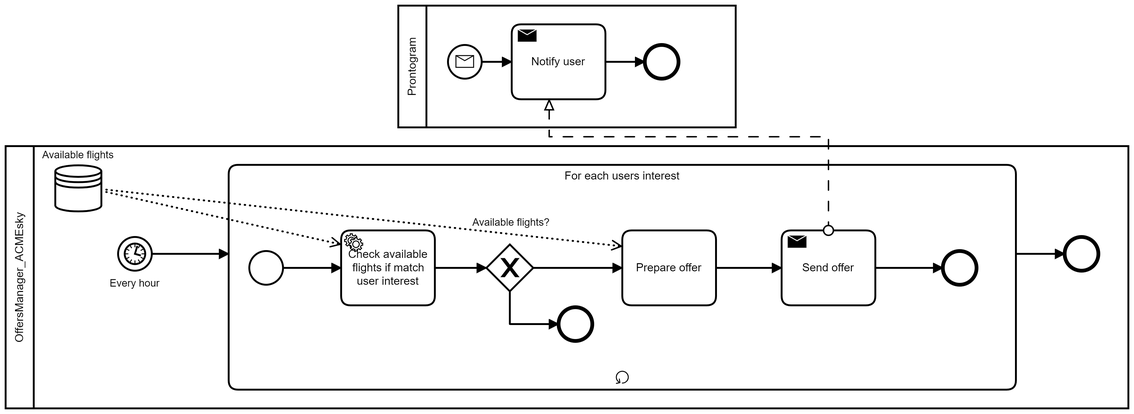
Before: docs/bpmn/Flights-InterestMatching.png, a diagram exported from BPMN (Vallasc/ACMEsky). Its source is kept beside it as docs/bpmn/Flights-InterestMatching.bpmn. Ids are renumbered.
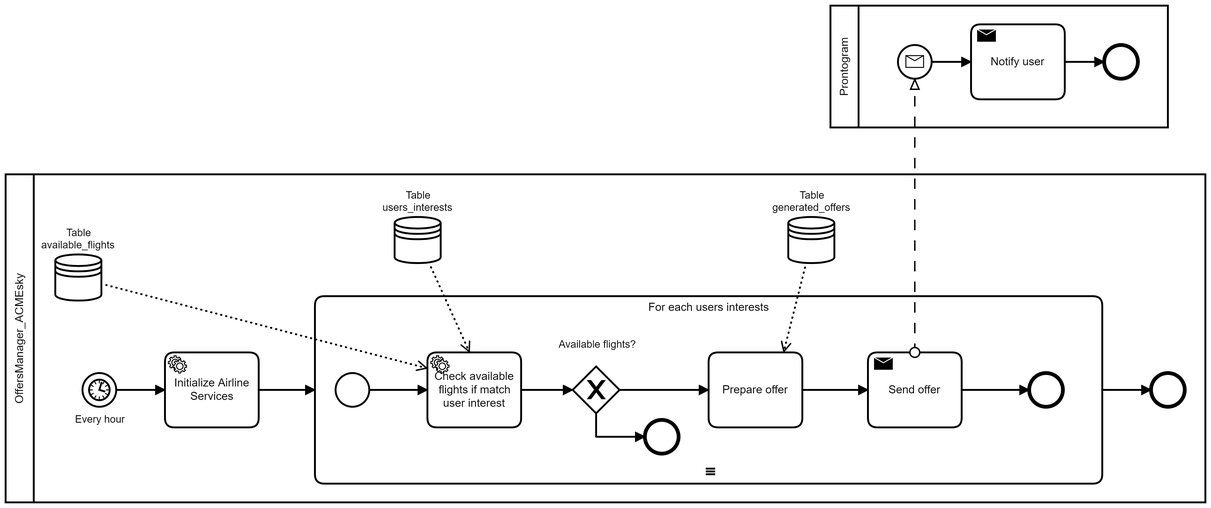
Above is the later version.

What changed in the source:
```diff
@@ -1,196 +1,232 @@
-<bpmn:definitions xmlns:bpmn="http://www.omg.org/spec/BPMN/20100524/MODEL" xmlns:bpmndi="http://www.omg.org/spec/BPMN/20100524/DI" xmlns:dc="http://www.omg.org/spec/DD/20100524/DC" xmlns:di="http://www.omg.org/spec/DD/20100524/DI" id="Definitions_n1" targetNamespace="http://bpmn.io/schema/bpmn" exporter="Camunda Modeler" exporterVersion="4.3.0">
+<bpmn:definitions xmlns:bpmn="http://www.omg.org/spec/BPMN/20100524/MODEL" xmlns:bpmndi="http://www.omg.org/spec/BPMN/20100524/DI" xmlns:dc="http://www.omg.org/spec/DD/20100524/DC" xmlns:di="http://www.omg.org/spec/DD/20100524/DI" xmlns:camunda="http://camunda.org/schema/1.0/bpmn" xmlns:xsi="http://www.w3.org/2001/XMLSchema-instance" id="Definitions_n1" targetNamespace="http://bpmn.io/schema/bpmn" exporter="Camunda Modeler" exporterVersion="4.3.0">
   <bpmn:collaboration id="Collaboration_n2">
     <bpmn:participant id="Participant_n3" name="OffersManager_ACMEsky" processRef="Process_n4" />
-    <bpmn:participant id="Participant_n5" name="Prontogram" processRef="Process_n6" />
-    <bpmn:messageFlow id="Flow_n7" sourceRef="Activity_n8" targetRef="Activity_n9" />
+    <bpmn:participant id="Participant_n38" name="Prontogram" processRef="Process_n39" />
+    <bpmn:messageFlow id="Flow_n40" sourceRef="Activity_n41" targetRef="Event_n42" />
   </bpmn:collaboration>
   <bpmn:process id="Process_n4" isExecutable="true">
-    <bpmn:dataStoreReference id="DataStoreReference_n10" name="Available flights" />
-    <bpmn:startEvent id="Event_n11" name="Every hour">
-      <bpmn:outgoing>Flow_n12</bpmn:outgoing>
-      <bpmn:timerEventDefinition id="TimerEventDefinition_n13" />
+    <bpmn:serviceTask id="Activity_n43" name="Initialize Airline Services" camunda:delegateExpression="#{initializeFlightInterestServiceDelegate}">
+      <bpmn:incoming>Flow_n44</bpmn:incoming>
+      <bpmn:outgoing>Flow_n45</bpmn:outgoing>
+    </bpmn:serviceTask>
+    <bpmn:startEvent id="Event_n46" name="Every hour">
+      <bpmn:outgoing>Flow_n44</bpmn:outgoing>
+      <bpmn:timerEventDefinition id="TimerEventDefinition_n47" />
     </bpmn:startEvent>
-    <bpmn:endEvent id="Event_n14">
-      <bpmn:incoming>Flow_n15</bpmn:incoming>
+    <bpmn:endEvent id="Event_n48">
+      <bpmn:incoming>Flow_n49</bpmn:incoming>
     </bpmn:endEvent>
-    <bpmn:subProcess id="Activity_n16" name="For each users interest">
-      <bpmn:incoming>Flow_n12</bpmn:incoming>
-      <bpmn:outgoing>Flow_n15</bpmn:outgoing>
-      <bpmn:standardLoopCharacteristics />
-      <bpmn:startEvent id="Event_n17">
-        <bpmn:outgoing>Flow_n18</bpmn:outgoing>
+    <bpmn:dataStoreReference id="DataStoreReference_n10" name="Table available_flights" />
+    <bpmn:dataStoreReference id="DataStoreReference_n50" name="Table generated_offers" />
+    <bpmn:dataStoreReference id="DataStoreReference_n51" name="Table users_interests" />
+    <bpmn:subProcess id="Activity_n52" name="For each users interests">
+      <bpmn:incoming>Flow_n45</bpmn:incoming>
+      <bpmn:outgoing>Flow_n49</bpmn:outgoing>
+      <bpmn:multiInstanceLoopCharacteristics isSequential="true" />
+      <bpmn:startEvent id="Event_n53">
+        <bpmn:outgoing>Flow_n54</bpmn:outgoing>
       </bpmn:startEvent>
-      <bpmn:serviceTask id="Activity_n19" name="Check available flights if match user interest">
-        <bpmn:incoming>Flow_n18</bpmn:incoming>
-        <bpmn:outgoing>Flow_n20</bpmn:outgoing>
-        <bpmn:property id="Property_n21" name="__targetRef_placeholder" />
-        <bpmn:dataInputAssociation id="DataInputAssociation_n22">
+      <bpmn:serviceTask id="Activity_n55" name="Check available flights if match user interest">
+        <bpmn:incoming>Flow_n54</bpmn:incoming>
+        <bpmn:outgoing>Flow_n56</bpmn:outgoing>
+        <bpmn:property id="Property_n57" name="__targetRef_placeholder" />
+        <bpmn:dataInputAssociation id="DataInputAssociation_n58">
           <bpmn:sourceRef>DataStoreReference_n10</bpmn:sourceRef>
-          <bpmn:targetRef>Property_n21</bpmn:targetRef>
+          <bpmn:targetRef>Property_n57</bpmn:targetRef>
+        </bpmn:dataInputAssociation>
+        <bpmn:dataInputAssociation id="DataInputAssociation_n59">
+          <bpmn:sourceRef>DataStoreReference_n51</bpmn:sourceRef>
+          <bpmn:targetRef>Property_n57</bpmn:targetRef>
         </bpmn:dataInputAssociation>
       </bpmn:serviceTask>
-      <bpmn:exclusiveGateway id="Gateway_n23" name="Available flights?">
-        <bpmn:incoming>Flow_n20</bpmn:incoming>
-        <bpmn:outgoing>Flow_n24</bpmn:outgoing>
-        <bpmn:outgoing>Flow_n25</bpmn:outgoing>
+      <bpmn:exclusiveGateway id="Gateway_n60" name="Available flights?">
+        <bpmn:incoming>Flow_n56</bpmn:incoming>
+        <bpmn:outgoing>Flow_n61</bpmn:outgoing>
+        <bpmn:outgoing>Flow_n62</bpmn:outgoing>
       </bpmn:exclusiveGateway>
-      <bpmn:endEvent id="Event_n26">
-        <bpmn:incoming>Flow_n25</bpmn:incoming>
+      <bpmn:endEvent id="Event_n63">
+        <bpmn:incoming>Flow_n62</bpmn:incoming>
       </bpmn:endEvent>
-      <bpmn:sendTask id="Activity_n8" name="Send offer">
-        <bpmn:incoming>Flow_n27</bpmn:incoming>
-        <bpmn:outgoing>Flow_n28</bpmn:outgoing>
+      <bpmn:sendTask id="Activity_n41" name="Send offer">
+        <bpmn:incoming>Flow_n64</bpmn:incoming>
+        <bpmn:outgoing>Flow_n65</bpmn:outgoing>
       </bpmn:sendTask>
-      <bpmn:endEvent id="Event_n29">
-        <bpmn:incoming>Flow_n28</bpmn:incoming>
+      <bpmn:endEvent id="Event_n66">
+        <bpmn:incoming>Flow_n65</bpmn:incoming>
       </bpmn:endEvent>
-      <bpmn:sequenceFlow id="Flow_n28" sourceRef="Activity_n8" targetRef="Event_n29" />
-      <bpmn:sequenceFlow id="Flow_n24" sourceRef="Gateway_n23" targetRef="Activity_n30" />
-      <bpmn:sequenceFlow id="Flow_n27" sourceRef="Activity_n30" targetRef="Activity_n8" />
-      <bpmn:sequenceFlow id="Flow_n18" sourceRef="Event_n17" targetRef="Activity_n19" />
-      <bpmn:sequenceFlow id="Flow_n25" sourceRef="Gateway_n23" targetRef="Event_n26" />
-      <bpmn:sequenceFlow id="Flow_n20" sourceRef="Activity_n19" targetRef="Gateway_n23" />
-      <bpmn:task id="Activity_n30" name="Prepare offer">
-        <bpmn:incoming>Flow_n24</bpmn:incoming>
-        <bpmn:outgoing>Flow_n27</bpmn:outgoing>
-        <bpmn:property id="Property_n31" name="__targetRef_placeholder" />
-        <bpmn:dataInputAssociation id="DataInputAssociation_n32">
-          <bpmn:sourceRef>DataStoreReference_n10</bpmn:sourceRef>
-          <bpmn:targetRef>Property_n31</bpmn:targetRef>
+      <bpmn:task id="Activity_n67" name="Prepare offer">
+        <bpmn:incoming>Flow_n61</bpmn:incoming>
+        <bpmn:outgoing>Flow_n64</bpmn:outgoing>
+        <bpmn:property id="Property_n68" name="__targetRef_placeholder" />
+        <bpmn:dataInputAssociation id="DataInputAssociation_n69">
+          <bpmn:sourceRef>DataStoreReference_n50</bpmn:sourceRef>
+          <bpmn:targetRef>Property_n68</bpmn:targetRef>
         </bpmn:dataInputAssociation>
       </bpmn:task>
+      <bpmn:sequenceFlow id="Flow_n64" sourceRef="Activity_n67" targetRef="Activity_n41" />
+      <bpmn:sequenceFlow id="Flow_n61" sourceRef="Gateway_n60" targetRef="Activity_n67">
+        <bpmn:conditionExpression xsi:type="bpmn:tFormalExpression">#{volitrovati.size() &gt; 0}</bpmn:conditionExpression>
+      </bpmn:sequenceFlow>
+      <bpmn:sequenceFlow id="Flow_n65" sourceRef="Activity_n41" targetRef="Event_n66" />
+      <bpmn:sequenceFlow id="Flow_n54" sourceRef="Event_n53" targetRef="Activity_n55" />
+      <bpmn:sequenceFlow id="Flow_n62" sourceRef="Gateway_n60" targetRef="Event_n63">
+        <bpmn:conditionExpression xsi:type="bpmn:tFormalExpression">#{volitrovati.size() == 0}</bpmn:conditionExpression>
+      </bpmn:sequenceFlow>
+      <bpmn:sequenceFlow id="Flow_n56" sourceRef="Activity_n55" targetRef="Gateway_n60" />
     </bpmn:subProcess>
-    <bpmn:sequenceFlow id="Flow_n15" sourceRef="Activity_n16" targetRef="Event_n14" />
-    <bpmn:sequenceFlow id="Flow_n12" sourceRef="Event_n11" targetRef="Activity_n16" />
+    <bpmn:sequenceFlow id="Flow_n49" sourceRef="Activity_n52" targetRef="Event_n48" />
+    <bpmn:sequenceFlow id="Flow_n45" sourceRef="Activity_n43" targetRef="Activity_n52" />
+    <bpmn:sequenceFlow id="Flow_n44" sourceRef="Event_n46" targetRef="Activity_n43" />
   </bpmn:process>
-  <bpmn:process id="Process_n6" isExecutable="false">
-    <bpmn:sequenceFlow id="Flow_n33" sourceRef="Event_n34" targetRef="Activity_n9" />
-    <bpmn:sequenceFlow id="Flow_n35" sourceRef="Activity_n9" targetRef="Event_n36" />
-    <bpmn:startEvent id="Event_n34">
-      <bpmn:outgoing>Flow_n33</bpmn:outgoing>
-      <bpmn:messageEventDefinition id="MessageEventDefinition_n37" />
+  <bpmn:process id="Process_n39" isExecutable="false">
+    <bpmn:startEvent id="Event_n42">
+      <bpmn:outgoing>Flow_n70</bpmn:outgoing>
+      <bpmn:messageEventDefinition id="MessageEventDefinition_n71" />
     </bpmn:startEvent>
-    <bpmn:sendTask id="Activity_n9" name="Notify user">
-      <bpmn:incoming>Flow_n33</bpmn:incoming>
-      <bpmn:outgoing>Flow_n35</bpmn:outgoing>
+    <bpmn:endEvent id="Event_n72">
+      <bpmn:incoming>Flow_n73</bpmn:incoming>
+    </bpmn:endEvent>
+    <bpmn:sendTask id="Activity_n74" name="Notify user">
+      <bpmn:incoming>Flow_n70</bpmn:incoming>
+      <bpmn:outgoing>Flow_n73</bpmn:outgoing>
     </bpmn:sendTask>
-    <bpmn:endEvent id="Event_n36">
-      <bpmn:incoming>Flow_n35</bpmn:incoming>
-    </bpmn:endEvent>
+    <bpmn:sequenceFlow id="Flow_n70" sourceRef="Event_n42" targetRef="Activity_n74" />
+    <bpmn:sequenceFlow id="Flow_n73" sourceRef="Activity_n74" targetRef="Event_n72" />
   </bpmn:process>
   <bpmndi:BPMNDiagram id="BPMNDiagram_1">
     <bpmndi:BPMNPlane id="BPMNPlane_1" bpmnElement="Collaboration_n2">
       <bpmndi:BPMNShape id="Participant_n3_di" bpmnElement="Participant_n3" isHorizontal="true">
-        <dc:Bounds x="160" y="220" width="1198" height="280" />
+        <dc:Bounds x="160" y="290" width="1280" height="350" />
       </bpmndi:BPMNShape>
-      <bpmndi:BPMNEdge id="Flow_n15_di" bpmnElement="Flow_n15">
-        <di:waypoint x="1238" y="335" />
-        <di:waypoint x="1290" y="335" />
+      <bpmndi:BPMNEdge id="Flow_n49_di" bpmnElement="Flow_n49">
+        <di:waypoint x="1330" y="520" />
+        <di:waypoint x="1382" y="520" />
       </bpmndi:BPMNEdge>
-      <bpmndi:BPMNEdge id="Flow_n12_di" bpmnElement="Flow_n12">
-        <di:waypoint x="316" y="335" />
-        <di:waypoint x="398" y="335" />
+      <bpmndi:BPMNEdge id="Flow_n45_di" bpmnElement="Flow_n45">
+        <di:waypoint x="430" y="520" />
+        <di:waypoint x="490" y="520" />
       </bpmndi:BPMNEdge>
-      <bpmndi:BPMNShape id="DataStoreReference_n10_di" bpmnElement="DataStoreReference_n10">
-        <dc:Bounds x="213" y="240" width="50" height="50" />
+      <bpmndi:BPMNEdge id="Flow_n44_di" bpmnElement="Flow_n44">
+        <di:waypoint x="278" y="520" />
+        <di:waypoint x="330" y="520" />
+      </bpmndi:BPMNEdge>
+      <bpmndi:BPMNShape id="Activity_n43_di" bpmnElement="Activity_n43">
+        <dc:Bounds x="330" y="480" width="100" height="80" />
+      </bpmndi:BPMNShape>
+      <bpmndi:BPMNShape id="Event_n46_di" bpmnElement="Event_n46">
+        <dc:Bounds x="242" y="502" width="36" height="36" />
         <bpmndi:BPMNLabel>
-          <dc:Bounds x="199" y="223" width="76" height="14" />
+          <dc:Bounds x="234" y="545" width="55" height="14" />
         </bpmndi:BPMNLabel>
       </bpmndi:BPMNShape>
-      <bpmndi:BPMNShape id="Event_n11_di" bpmnElement="Event_n11">
-        <dc:Bounds x="280" y="317" width="36" height="36" />
+      <bpmndi:BPMNShape id="Event_n48_di" bpmnElement="Event_n48">
+        <dc:Bounds x="1382" y="502" width="36" height="36" />
+      </bpmndi:BPMNShape>
+      <bpmndi:BPMNShape id="DataStoreReference_n10_di" bpmnElement="DataStoreReference_n10">
+        <dc:Bounds x="213" y="375" width="50" height="50" />
         <bpmndi:BPMNLabel>
-          <dc:Bounds x="271" y="360" width="55" height="14" />
+          <dc:Bounds x="198" y="346" width="79" height="27" />
         </bpmndi:BPMNLabel>
       </bpmndi:BPMNShape>
-      <bpmndi:BPMNShape id="Event_n14_di" bpmnElement="Event_n14">
-        <dc:Bounds x="1290" y="317" width="36" height="36" />
-      </bpmndi:BPMNShape>
-      <bpmndi:BPMNShape id="Activity_n16_di" bpmnElement="Activity_n16" isExpanded="true">
-        <dc:Bounds x="398" y="240" width="840" height="240" />
-      </bpmndi:BPMNShape>
-      <bpmndi:BPMNEdge id="Flow_n20_di" bpmnElement="Flow_n20">
-        <di:waypoint x="618" y="350" />
-        <di:waypoint x="673" y="350" />
-      </bpmndi:BPMNEdge>
-      <bpmndi:BPMNEdge id="Flow_n25_di" bpmnElement="Flow_n25">
-        <di:waypoint x="698" y="375" />
-        <di:waypoint x="698" y="410" />
-        <di:waypoint x="750" y="410" />
-      </bpmndi:BPMNEdge>
-      <bpmndi:BPMNEdge id="Flow_n18_di" bpmnElement="Flow_n18">
-        <di:waypoint x="456" y="350" />
-        <di:waypoint x="518" y="350" />
-      </bpmndi:BPMNEdge>
-      <bpmndi:BPMNEdge id="Flow_n27_di" bpmnElement="Flow_n27">
-        <di:waypoint x="918" y="350" />
-        <di:waypoint x="988" y="350" />
-      </bpmndi:BPMNEdge>
-      <bpmndi:BPMNEdge id="Flow_n24_di" bpmnElement="Flow_n24">
-        <di:waypoint x="723" y="350" />
-        <di:waypoint x="818" y="350" />
-      </bpmndi:BPMNEdge>
-      <bpmndi:BPMNEdge id="Flow_n28_di" bpmnElement="Flow_n28">
-        <di:waypoint x="1088" y="350" />
-        <di:waypoint x="1160" y="350" />
-      </bpmndi:BPMNEdge>
-      <bpmndi:BPMNShape id="Event_n17_di" bpmnElement="Event_n17">
-        <dc:Bounds x="420" y="332" width="36" height="36" />
-      </bpmndi:BPMNShape>
-      <bpmndi:BPMNShape id="Activity_n19_di" bpmnElement="Activity_n19">
-        <dc:Bounds x="518" y="310" width="100" height="80" />
-      </bpmndi:BPMNShape>
-      <bpmndi:BPMNShape id="Gateway_n23_di" bpmnElement="Gateway_n23" isMarkerVisible="true">
-        <dc:Bounds x="673" y="325" width="50" height="50" />
+      <bpmndi:BPMNShape id="DataStoreReference_n50_di" bpmnElement="DataStoreReference_n50">
+        <dc:Bounds x="995" y="335" width="50" height="50" />
         <bpmndi:BPMNLabel>
-          <dc:Bounds x="658" y="295" width="82" height="14" />
+          <dc:Bounds x="978" y="306" width="84" height="27" />
         </bpmndi:BPMNLabel>
       </bpmndi:BPMNShape>
-      <bpmndi:BPMNShape id="Event_n26_di" bpmnElement="Event_n26">
-        <dc:Bounds x="750" y="392" width="36" height="36" />
+      <bpmndi:BPMNShape id="DataStoreReference_n51_di" bpmnElement="DataStoreReference_n51">
+        <dc:Bounds x="575" y="335" width="50" height="50" />
+        <bpmndi:BPMNLabel>
+          <dc:Bounds x="562" y="306" width="76" height="27" />
+        </bpmndi:BPMNLabel>
       </bpmndi:BPMNShape>
-      <bpmndi:BPMNShape id="Activity_n8_di" bpmnElement="Activity_n8">
-        <dc:Bounds x="988" y="310" width="100" height="80" />
+      <bpmndi:BPMNShape id="Activity_n52_di" bpmnElement="Activity_n52" isExpanded="true">
+        <dc:Bounds x="490" y="420" width="840" height="200" />
       </bpmndi:BPMNShape>
-      <bpmndi:BPMNShape id="Event_n29_di" bpmnElement="Event_n29">
-        <dc:Bounds x="1160" y="332" width="36" height="36" />
+      <bpmndi:BPMNEdge id="Flow_n56_di" bpmnElement="Flow_n56">
+        <di:waypoint x="710" y="520" />
+        <di:waypoint x="765" y="520" />
+      </bpmndi:BPMNEdge>
+      <bpmndi:BPMNEdge id="Flow_n62_di" bpmnElement="Flow_n62">
+        <di:waypoint x="790" y="545" />
+        <di:waypoint x="790" y="570" />
+        <di:waypoint x="842" y="570" />
+      </bpmndi:BPMNEdge>
+      <bpmndi:BPMNEdge id="Flow_n54_di" bpmnElement="Flow_n54">
+        <di:waypoint x="548" y="520" />
+        <di:waypoint x="610" y="520" />
+      </bpmndi:BPMNEdge>
+      <bpmndi:BPMNEdge id="Flow_n65_di" bpmnElement="Flow_n65">
+        <di:waypoint x="1180" y="520" />
+        <di:waypoint x="1252" y="520" />
+      </bpmndi:BPMNEdge>
+      <bpmndi:BPMNEdge id="Flow_n61_di" bpmnElement="Flow_n61">
+        <di:waypoint x="815" y="520" />
+        <di:waypoint x="910" y="520" />
+      </bpmndi:BPMNEdge>
+      <bpmndi:BPMNEdge id="Flow_n64_di" bpmnElement="Flow_n64">
+        <di:waypoint x="1010" y="520" />
+        <di:waypoint x="1080" y="520" />
+      </bpmndi:BPMNEdge>
+      <bpmndi:BPMNShape id="Event_n53_di" bpmnElement="Event_n53">
+        <dc:Bounds x="512" y="502" width="36" height="36" />
       </bpmndi:BPMNShape>
-      <bpmndi:BPMNShape id="Activity_08lu1gz_di" bpmnElement="Activity_n30">
-        <dc:Bounds x="818" y="310" width="100" height="80" />
+      <bpmndi:BPMNShape id="Activity_n55_di" bpmnElement="Activity_n55">
+        <dc:Bounds x="610" y="480" width="100" height="80" />
       </bpmndi:BPMNShape>
-      <bpmndi:BPMNShape id="Participant_n5_di" bpmnElement="Participant_n5" isHorizontal="true">
-        <dc:Bounds x="579" y="70" width="360" height="130" />
+      <bpmndi:BPMNShape id="Gateway_n60_di" bpmnElement="Gateway_n60" isMarkerVisible="true">
+        <dc:Bounds x="765" y="495" width="50" height="50" />
+        <bpmndi:BPMNLabel>
+          <dc:Bounds x="750" y="465" width="82" height="14" />
+        </bpmndi:BPMNLabel>
       </bpmndi:BPMNShape>
-      <bpmndi:BPMNEdge id="Flow_n33_di" bpmnElement="Flow_n33">
-        <di:waypoint x="668" y="130" />
-        <di:waypoint x="700" y="130" />
+      <bpmndi:BPMNShape id="Event_n63_di" bpmnElement="Event_n63">
+        <dc:Bounds x="842" y="552" width="36" height="36" />
+      </bpmndi:BPMNShape>
+      <bpmndi:BPMNShape id="Activity_n41_di" bpmnElement="Activity_n41">
+        <dc:Bounds x="1080" y="480" width="100" height="80" />
+      </bpmndi:BPMNShape>
+      <bpmndi:BPMNShape id="Event_n66_di" bpmnElement="Event_n66">
+        <dc:Bounds x="1252" y="502" width="36" height="36" />
+      </bpmndi:BPMNShape>
+      <bpmndi:BPMNShape id="Activity_n67_di" bpmnElement="Activity_n67">
+        <dc:Bounds x="910" y="480" width="100" height="80" />
+      </bpmndi:BPMNShape>
+      <bpmndi:BPMNShape id="Participant_n38_di" bpmnElement="Participant_n38" isHorizontal="true">
+        <dc:Bounds x="1040" y="110" width="360" height="130" />
+      </bpmndi:BPMNShape>
+      <bpmndi:BPMNEdge id="Flow_n70_di" bpmnElement="Flow_n70">
+        <di:waypoint x="1148" y="170" />
+        <di:waypoint x="1190" y="170" />
       </bpmndi:BPMNEdge>
-      <bpmndi:BPMNEdge id="Flow_n35_di" bpmnElement="Flow_n35">
-        <di:waypoint x="800" y="130" />
-        <di:waypoint x="842" y="130" />
+      <bpmndi:BPMNEdge id="Flow_n73_di" bpmnElement="Flow_n73">
+        <di:waypoint x="1290" y="170" />
+        <di:waypoint x="1332" y="170" />
       </bpmndi:BPMNEdge>
-      <bpmndi:BPMNShape id="Event_n34_di" bpmnElement="Event_n34">
-        <dc:Bounds x="632" y="112" width="36" height="36" />
+      <bpmndi:BPMNShape id="Event_n42_di" bpmnElement="Event_n42">
+        <dc:Bounds x="1112" y="152" width="36" height="36" />
       </bpmndi:BPMNShape>
-      <bpmndi:BPMNShape id="Activity_n9_di" bpmnElement="Activity_n9">
-        <dc:Bounds x="700" y="90" width="100" height="80" />
+      <bpmndi:BPMNShape id="Event_n72_di" bpmnElement="Event_n72">
+        <dc:Bounds x="1332" y="152" width="36" height="36" />
       </bpmndi:BPMNShape>
-      <bpmndi:BPMNShape id="Event_n36_di" bpmnElement="Event_n36">
-        <dc:Bounds x="842" y="112" width="36" height="36" />
+      <bpmndi:BPMNShape id="Activity_n74_di" bpmnElement="Activity_n74">
+        <dc:Bounds x="1190" y="130" width="100" height="80" />
       </bpmndi:BPMNShape>
-      <bpmndi:BPMNEdge id="DataInputAssociation_n22_di" bpmnElement="DataInputAssociation_n22">
-        <di:waypoint x="263" y="268" />
-        <di:waypoint x="518" y="325" />
+      <bpmndi:BPMNEdge id="DataInputAssociation_n58_di" bpmnElement="DataInputAssociation_n58">
+        <di:waypoint x="263" y="407" />
+        <di:waypoint x="610" y="497" />
       </bpmndi:BPMNEdge>
-      <bpmndi:BPMNEdge id="DataInputAssociation_n32_di" bpmnElement="DataInputAssociation_n32">
-        <di:waypoint x="263" y="266" />
-        <di:waypoint x="818" y="327" />
+      <bpmndi:BPMNEdge id="DataInputAssociation_n69_di" bpmnElement="DataInputAssociation_n69">
+        <di:waypoint x="1014" y="385" />
+        <di:waypoint x="990" y="480" />
       </bpmndi:BPMNEdge>
-      <bpmndi:BPMNEdge id="Flow_n7_di" bpmnElement="Flow_n7">
-        <di:waypoint x="1038" y="310" />
-        <di:waypoint x="1038" y="210" />
-        <di:waypoint x="740" y="210" />
-        <di:waypoint x="740" y="170" />
+      <bpmndi:BPMNEdge id="DataInputAssociation_n59_di" bpmnElement="DataInputAssociation_n59">
+        <di:waypoint x="612" y="385" />
+        <di:waypoint x="655" y="480" />
+      </bpmndi:BPMNEdge>
+      <bpmndi:BPMNEdge id="Flow_n40_di" bpmnElement="Flow_n40">
+        <di:waypoint x="1130" y="480" />
+        <di:waypoint x="1130" y="188" />
       </bpmndi:BPMNEdge>
     </bpmndi:BPMNPlane>
   </bpmndi:BPMNDiagram>
```
